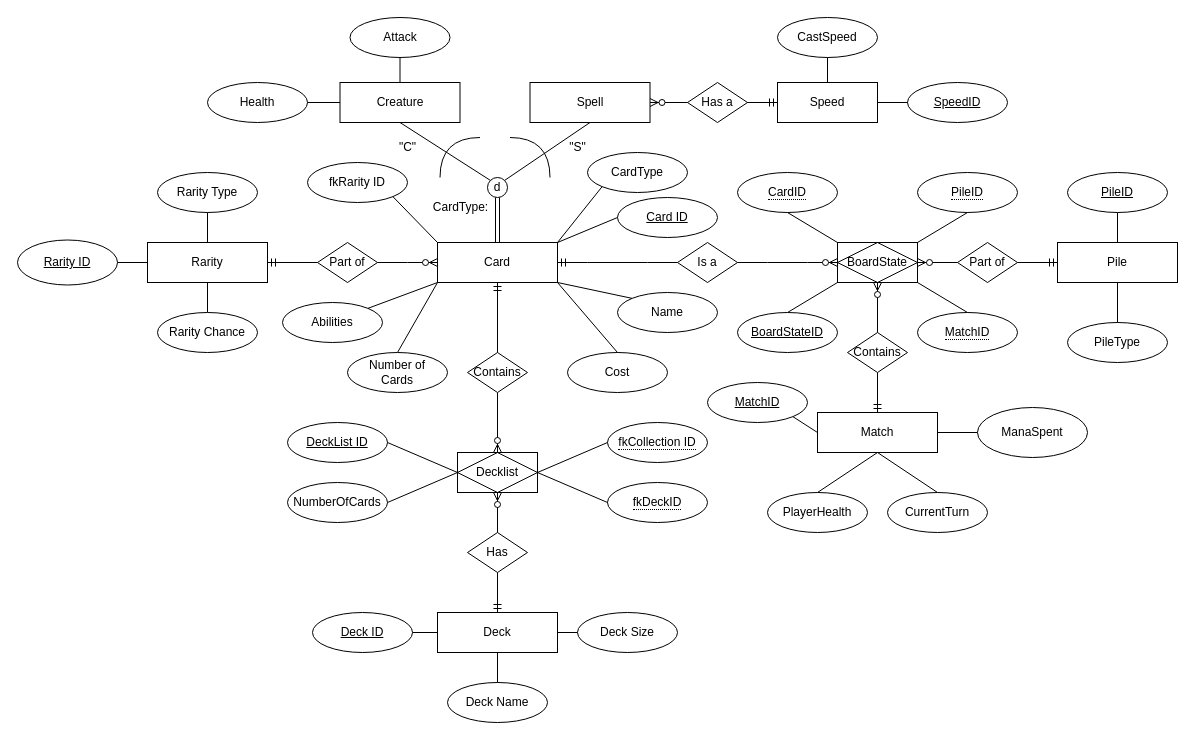
Above: Database/ER Diagram.drawio in ZijunZheng/SPU_CSC3220_W25_T0 (draw.io), before the change. Source tidied: cells renumbered, new cells numbered last; positions are measured from the earlier drawing's top-left corner, leaving out a move shared by most shapes. Both pictures are drawn from the tidied source at 100%, with x=0, y=0 at pixel (17, 17).
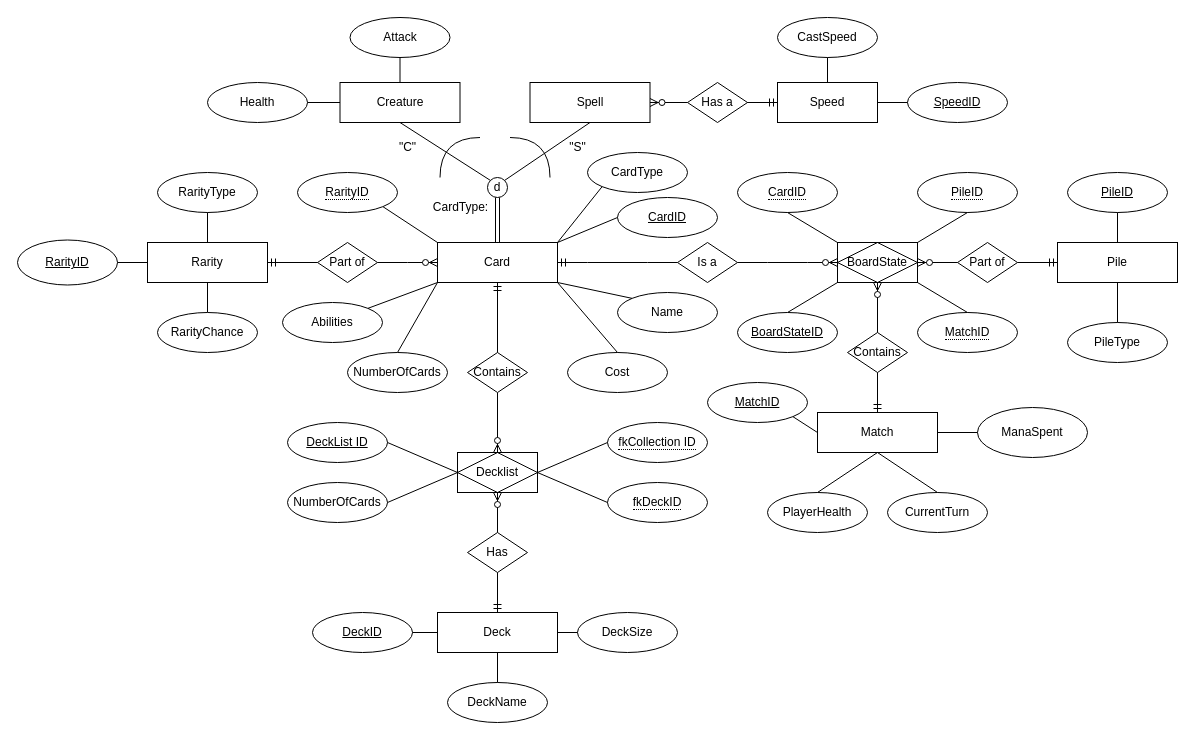
Above is the later version.

Unchanged cells that the change refers to:
```xml
<mxCell id="3" value="Card" style="whiteSpace=wrap;html=1;align=center;" parent="1" vertex="1">
  <mxGeometry x="420" y="225" width="120" height="40" as="geometry" />
</mxCell>
<mxCell id="19" value="Part of" style="shape=rhombus;perimeter=rhombusPerimeter;whiteSpace=wrap;html=1;align=center;" parent="1" vertex="1">
  <mxGeometry x="300" y="225" width="60" height="40" as="geometry" />
</mxCell>
```

What changed in the source:
```diff
@@
-    <mxCell id="23" style="edgeStyle=entityRelationEdgeStyle;fontSize=12;html=1;endArrow=ERzeroToMany;endFill=1;rounded=0;entryX=0;entryY=0.5;entryDx=0;entryDy=0;exitX=1;exitY=0.5;exitDx=0;exitDy=0;" parent="1" edge="1" source="19" target="3">
-      <mxGeometry relative="1" as="geometry" />
-    </mxCell>
@@
-    <mxCell id="37" value="Rarity Type" style="ellipse;whiteSpace=wrap;html=1;align=center;" parent="1" vertex="1">
+    <mxCell id="37" value="RarityType" style="ellipse;whiteSpace=wrap;html=1;align=center;" parent="1" vertex="1">
       <mxGeometry x="140" y="155" width="100" height="40" as="geometry" />
     </mxCell>
@@
-    <mxCell id="39" value="&lt;u&gt;Rarity ID&lt;/u&gt;" style="ellipse;whiteSpace=wrap;html=1;align=center;" parent="1" vertex="1">
+    <mxCell id="39" value="&lt;u&gt;RarityID&lt;/u&gt;" style="ellipse;whiteSpace=wrap;html=1;align=center;" parent="1" vertex="1">
       <mxGeometry y="222.5" width="100" height="45" as="geometry" />
     </mxCell>
@@
-    <mxCell id="41" value="Rarity Chance" style="ellipse;whiteSpace=wrap;html=1;align=center;" parent="1" vertex="1">
+    <mxCell id="41" value="RarityChance" style="ellipse;whiteSpace=wrap;html=1;align=center;" parent="1" vertex="1">
       <mxGeometry x="140" y="295" width="100" height="40" as="geometry" />
     </mxCell>
@@
-    <mxCell id="48" value="&lt;u&gt;Card ID&lt;/u&gt;" style="ellipse;whiteSpace=wrap;html=1;align=center;" parent="1" vertex="1">
+    <mxCell id="48" value="&lt;u&gt;CardID&lt;/u&gt;" style="ellipse;whiteSpace=wrap;html=1;align=center;" parent="1" vertex="1">
       <mxGeometry x="600" y="180" width="100" height="40" as="geometry" />
     </mxCell>
@@
-    <mxCell id="50" value="fkRarity ID" style="ellipse;whiteSpace=wrap;html=1;align=center;" parent="1" vertex="1">
-      <mxGeometry x="290" y="145" width="100" height="40" as="geometry" />
-    </mxCell>
-    <mxCell id="51" style="endArrow=none;html=1;rounded=0;exitX=0;exitY=0;exitDx=0;exitDy=0;entryX=1;entryY=1;entryDx=0;entryDy=0;" parent="1" edge="1" source="3" target="50">
+    <mxCell id="51" style="endArrow=none;html=1;rounded=0;exitX=0;exitY=0;exitDx=0;exitDy=0;entryX=1;entryY=1;entryDx=0;entryDy=0;" parent="1" edge="1" source="3" target="105">
       <mxGeometry relative="1" as="geometry" />
     </mxCell>
@@
-    <mxCell id="53" value="Number of&lt;div&gt;Cards&lt;/div&gt;" style="ellipse;whiteSpace=wrap;html=1;align=center;" parent="1" vertex="1">
+    <mxCell id="53" value="NumberOf&lt;span style=&quot;background-color: transparent; color: light-dark(rgb(0, 0, 0), rgb(255, 255, 255));&quot;&gt;Cards&lt;/span&gt;" style="ellipse;whiteSpace=wrap;html=1;align=center;" parent="1" vertex="1">
       <mxGeometry x="330" y="335" width="100" height="40" as="geometry" />
     </mxCell>
@@
-    <mxCell id="60" value="Deck Name" style="ellipse;whiteSpace=wrap;html=1;align=center;" parent="1" vertex="1">
+    <mxCell id="60" value="DeckName" style="ellipse;whiteSpace=wrap;html=1;align=center;" parent="1" vertex="1">
       <mxGeometry x="430" y="665" width="100" height="40" as="geometry" />
     </mxCell>
@@
-    <mxCell id="62" value="&lt;u&gt;Deck ID&lt;/u&gt;" style="ellipse;whiteSpace=wrap;html=1;align=center;" parent="1" vertex="1">
+    <mxCell id="62" value="&lt;u&gt;DeckID&lt;/u&gt;" style="ellipse;whiteSpace=wrap;html=1;align=center;" parent="1" vertex="1">
       <mxGeometry x="295" y="595" width="100" height="40" as="geometry" />
     </mxCell>
-    <mxCell id="63" value="Deck Size" style="ellipse;whiteSpace=wrap;html=1;align=center;" parent="1" vertex="1">
+    <mxCell id="63" value="DeckSize" style="ellipse;whiteSpace=wrap;html=1;align=center;" parent="1" vertex="1">
       <mxGeometry x="560" y="595" width="100" height="40" as="geometry" />
     </mxCell>
@@
+    <mxCell id="105" value="&lt;span style=&quot;border-bottom: 1px dotted&quot;&gt;RarityID&lt;/span&gt;" style="ellipse;whiteSpace=wrap;html=1;align=center;" parent="1" vertex="1">
+      <mxGeometry x="280" y="155" width="100" height="40" as="geometry" />
+    </mxCell>
+    <mxCell id="23" style="edgeStyle=entityRelationEdgeStyle;fontSize=12;html=1;endArrow=ERzeroToMany;endFill=1;rounded=0;entryX=0;entryY=0.5;entryDx=0;entryDy=0;exitX=1;exitY=0.5;exitDx=0;exitDy=0;" parent="1" edge="1" source="19" target="3">
+      <mxGeometry relative="1" as="geometry" />
+    </mxCell>
```
